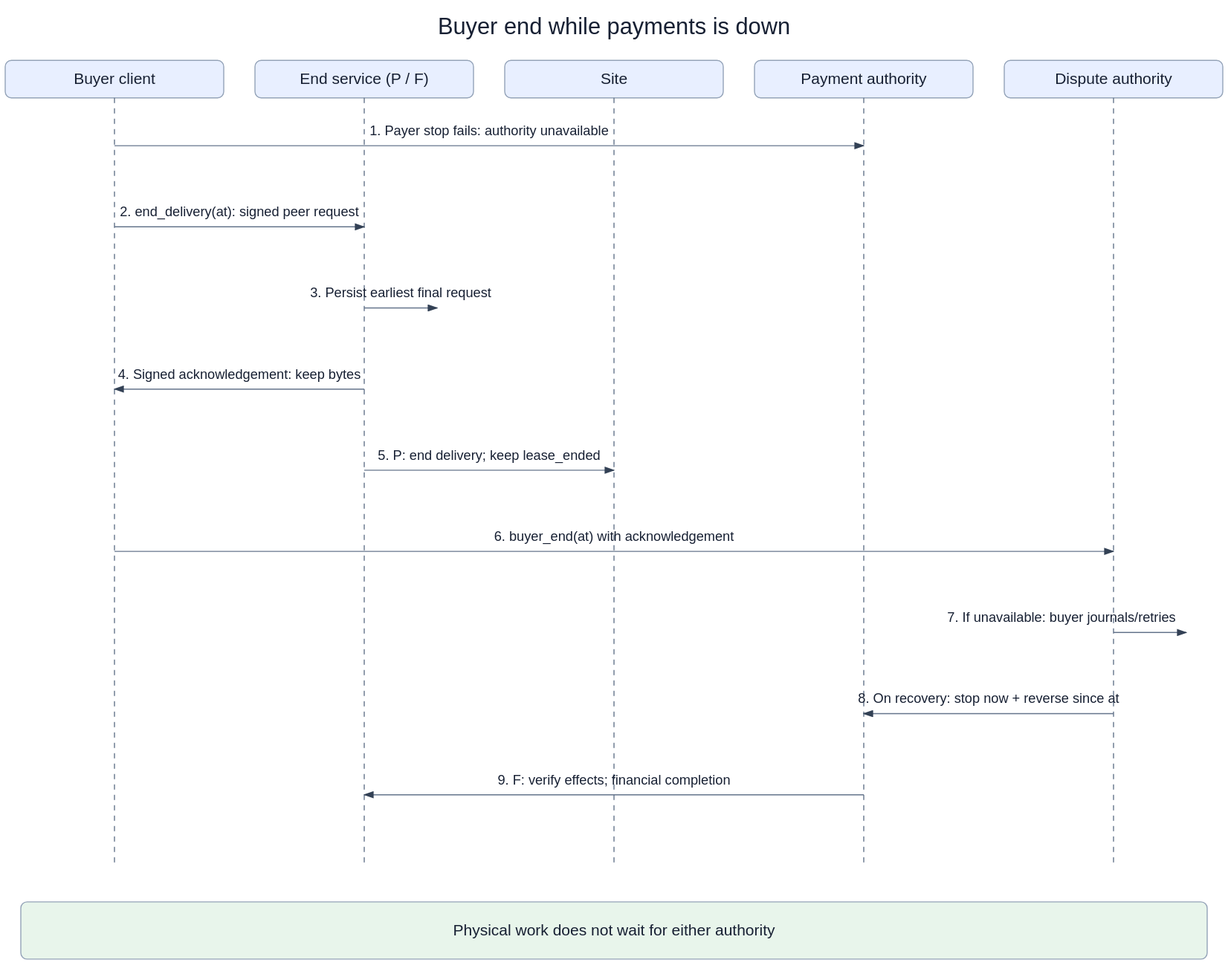
Earlier version of the draw.io export openspec/changes/converge-ongoing-compute-leases/diagrams/01-buyer-cancel-payments-down.svg (arkhai-io/simple-compute-market). Source tidied: cells renumbered, new cells last; positions are measured from the earlier drawing's top-left corner, leaving out a move shared by most shapes. Source of this version:
```xml
<mxGraphModel>
  <root>
    <mxCell id="0" />
    <mxCell id="1" parent="0" />
    <mxCell id="2" value="Buyer end while payments is down" style="text;fontSize=22;align=center;" parent="1" vertex="1">
      <mxGeometry x="15" width="1140" height="36" as="geometry" />
    </mxCell>
    <mxCell id="3" value="Buyer client" style="rounded=1;fillColor=#e8efff;fontSize=15;" parent="1" vertex="1">
      <mxGeometry y="48" width="210" height="36" as="geometry" />
    </mxCell>
    <mxCell id="4" style="dashed=1;endArrow=none;strokeColor=#94a3b8;" parent="1" edge="1">
      <mxGeometry relative="1" as="geometry">
        <mxPoint x="105" y="84" as="sourcePoint" />
        <mxPoint x="105" y="822" as="targetPoint" />
      </mxGeometry>
    </mxCell>
    <mxCell id="5" value="End service (P / F)" style="rounded=1;fillColor=#e8efff;fontSize=15;" parent="1" vertex="1">
      <mxGeometry x="240" y="48" width="210" height="36" as="geometry" />
    </mxCell>
    <mxCell id="6" style="dashed=1;endArrow=none;strokeColor=#94a3b8;" parent="1" edge="1">
      <mxGeometry relative="1" as="geometry">
        <mxPoint x="345" y="84" as="sourcePoint" />
        <mxPoint x="345" y="822" as="targetPoint" />
      </mxGeometry>
    </mxCell>
    <mxCell id="7" value="Site" style="rounded=1;fillColor=#e8efff;fontSize=15;" parent="1" vertex="1">
      <mxGeometry x="480" y="48" width="210" height="36" as="geometry" />
    </mxCell>
    <mxCell id="8" style="dashed=1;endArrow=none;strokeColor=#94a3b8;" parent="1" edge="1">
      <mxGeometry relative="1" as="geometry">
        <mxPoint x="585" y="84" as="sourcePoint" />
        <mxPoint x="585" y="822" as="targetPoint" />
      </mxGeometry>
    </mxCell>
    <mxCell id="9" value="Payment authority" style="rounded=1;fillColor=#e8efff;fontSize=15;" parent="1" vertex="1">
      <mxGeometry x="720" y="48" width="210" height="36" as="geometry" />
    </mxCell>
    <mxCell id="10" style="dashed=1;endArrow=none;strokeColor=#94a3b8;" parent="1" edge="1">
      <mxGeometry relative="1" as="geometry">
        <mxPoint x="825" y="84" as="sourcePoint" />
        <mxPoint x="825" y="822" as="targetPoint" />
      </mxGeometry>
    </mxCell>
    <mxCell id="11" value="Dispute authority" style="rounded=1;fillColor=#e8efff;fontSize=15;" parent="1" vertex="1">
      <mxGeometry x="960" y="48" width="210" height="36" as="geometry" />
    </mxCell>
    <mxCell id="12" style="dashed=1;endArrow=none;strokeColor=#94a3b8;" parent="1" edge="1">
      <mxGeometry relative="1" as="geometry">
        <mxPoint x="1065" y="84" as="sourcePoint" />
        <mxPoint x="1065" y="822" as="targetPoint" />
      </mxGeometry>
    </mxCell>
    <mxCell id="13" value="1. Payer stop fails: authority unavailable" style="endArrow=block;fontSize=13;labelBackgroundColor=#ffffff;" parent="1" edge="1">
      <mxGeometry relative="1" as="geometry">
        <mxPoint x="105" y="130" as="sourcePoint" />
        <mxPoint x="825" y="130" as="targetPoint" />
      </mxGeometry>
    </mxCell>
    <mxCell id="14" value="2. end_delivery(at): signed peer request" style="endArrow=block;fontSize=13;labelBackgroundColor=#ffffff;" parent="1" edge="1">
      <mxGeometry relative="1" as="geometry">
        <mxPoint x="105" y="208" as="sourcePoint" />
        <mxPoint x="345" y="208" as="targetPoint" />
      </mxGeometry>
    </mxCell>
    <mxCell id="15" value="3. Persist earliest final request" style="endArrow=block;fontSize=13;labelBackgroundColor=#ffffff;" parent="1" edge="1">
      <mxGeometry relative="1" as="geometry">
        <mxPoint x="345" y="286" as="sourcePoint" />
        <mxPoint x="415" y="286" as="targetPoint" />
      </mxGeometry>
    </mxCell>
    <mxCell id="16" value="4. Signed acknowledgement: keep bytes" style="endArrow=block;fontSize=13;labelBackgroundColor=#ffffff;" parent="1" edge="1">
      <mxGeometry relative="1" as="geometry">
        <mxPoint x="345" y="364" as="sourcePoint" />
        <mxPoint x="105" y="364" as="targetPoint" />
      </mxGeometry>
    </mxCell>
    <mxCell id="17" value="5. P: end delivery; keep lease_ended" style="endArrow=block;fontSize=13;labelBackgroundColor=#ffffff;" parent="1" edge="1">
      <mxGeometry relative="1" as="geometry">
        <mxPoint x="345" y="442" as="sourcePoint" />
        <mxPoint x="585" y="442" as="targetPoint" />
      </mxGeometry>
    </mxCell>
    <mxCell id="18" value="6. buyer_end(at) with acknowledgement" style="endArrow=block;fontSize=13;labelBackgroundColor=#ffffff;" parent="1" edge="1">
      <mxGeometry relative="1" as="geometry">
        <mxPoint x="105" y="520" as="sourcePoint" />
        <mxPoint x="1065" y="520" as="targetPoint" />
      </mxGeometry>
    </mxCell>
    <mxCell id="19" value="7. If unavailable: buyer journals/retries" style="endArrow=block;fontSize=13;labelBackgroundColor=#ffffff;" parent="1" edge="1">
      <mxGeometry relative="1" as="geometry">
        <mxPoint x="1065" y="598" as="sourcePoint" />
        <mxPoint x="1135" y="598" as="targetPoint" />
      </mxGeometry>
    </mxCell>
    <mxCell id="20" value="8. On recovery: stop now + reverse since at" style="endArrow=block;fontSize=13;labelBackgroundColor=#ffffff;" parent="1" edge="1">
      <mxGeometry relative="1" as="geometry">
        <mxPoint x="1065" y="676" as="sourcePoint" />
        <mxPoint x="825" y="676" as="targetPoint" />
      </mxGeometry>
    </mxCell>
    <mxCell id="21" value="9. F: verify effects; financial completion" style="endArrow=block;fontSize=13;labelBackgroundColor=#ffffff;" parent="1" edge="1">
      <mxGeometry relative="1" as="geometry">
        <mxPoint x="825" y="754" as="sourcePoint" />
        <mxPoint x="345" y="754" as="targetPoint" />
      </mxGeometry>
    </mxCell>
    <mxCell id="22" value="Physical work does not wait for either authority" style="rounded=1;fillColor=#e8f5eb;fontSize=15;" parent="1" vertex="1">
      <mxGeometry x="15" y="857" width="1140" height="55" as="geometry" />
    </mxCell>
  </root>
</mxGraphModel>
```
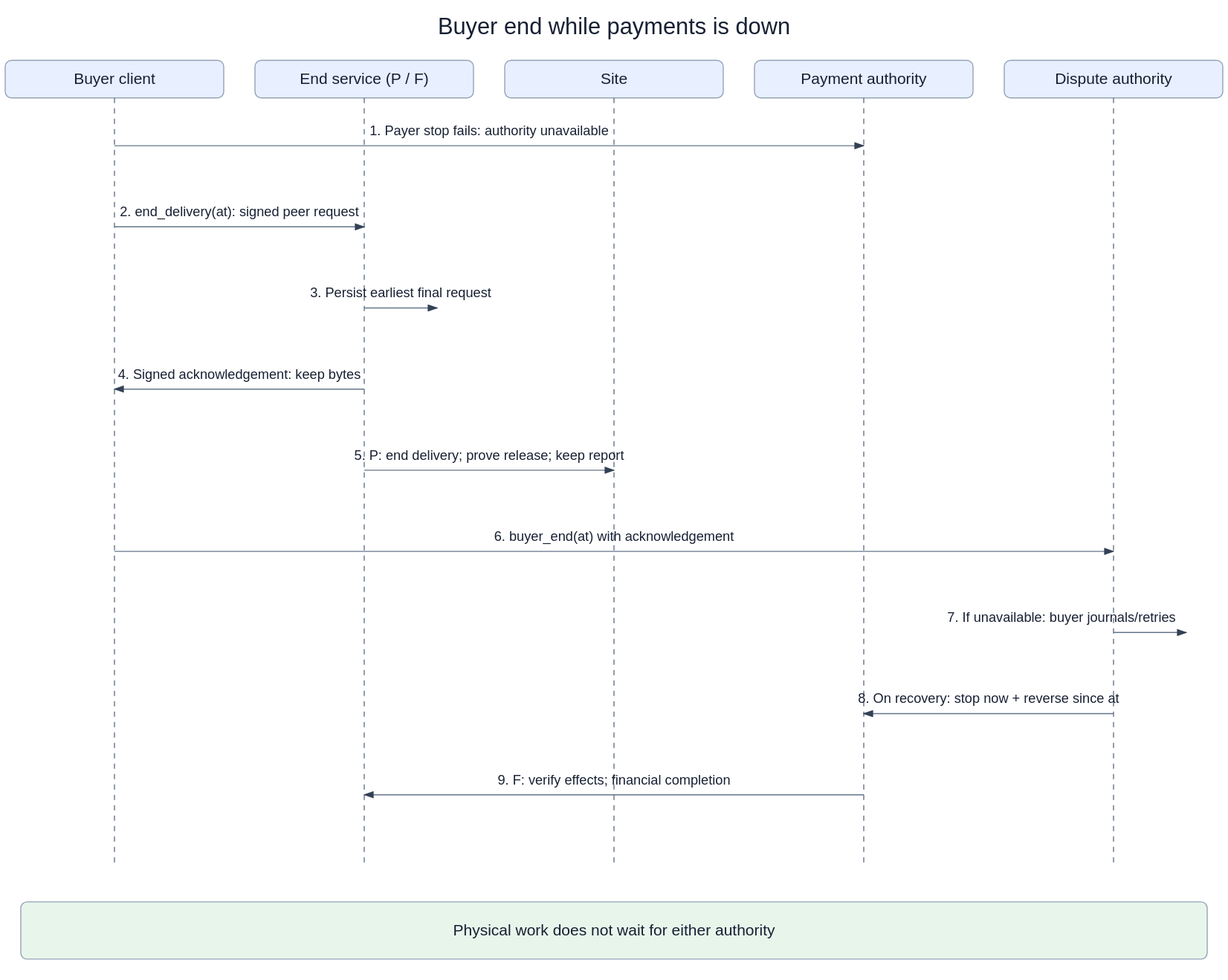
After the commit.

The edit, as a diff of the source:
```diff
@@ -74,7 +74,7 @@
         <mxPoint x="105" y="364" as="targetPoint" />
       </mxGeometry>
     </mxCell>
-    <mxCell id="17" value="5. P: end delivery; keep lease_ended" style="endArrow=block;fontSize=13;labelBackgroundColor=#ffffff;" parent="1" edge="1">
+    <mxCell id="17" value="5. P: end delivery; prove release; keep report" style="endArrow=block;fontSize=13;labelBackgroundColor=#ffffff;" parent="1" edge="1">
       <mxGeometry relative="1" as="geometry">
         <mxPoint x="345" y="442" as="sourcePoint" />
         <mxPoint x="585" y="442" as="targetPoint" />
```
